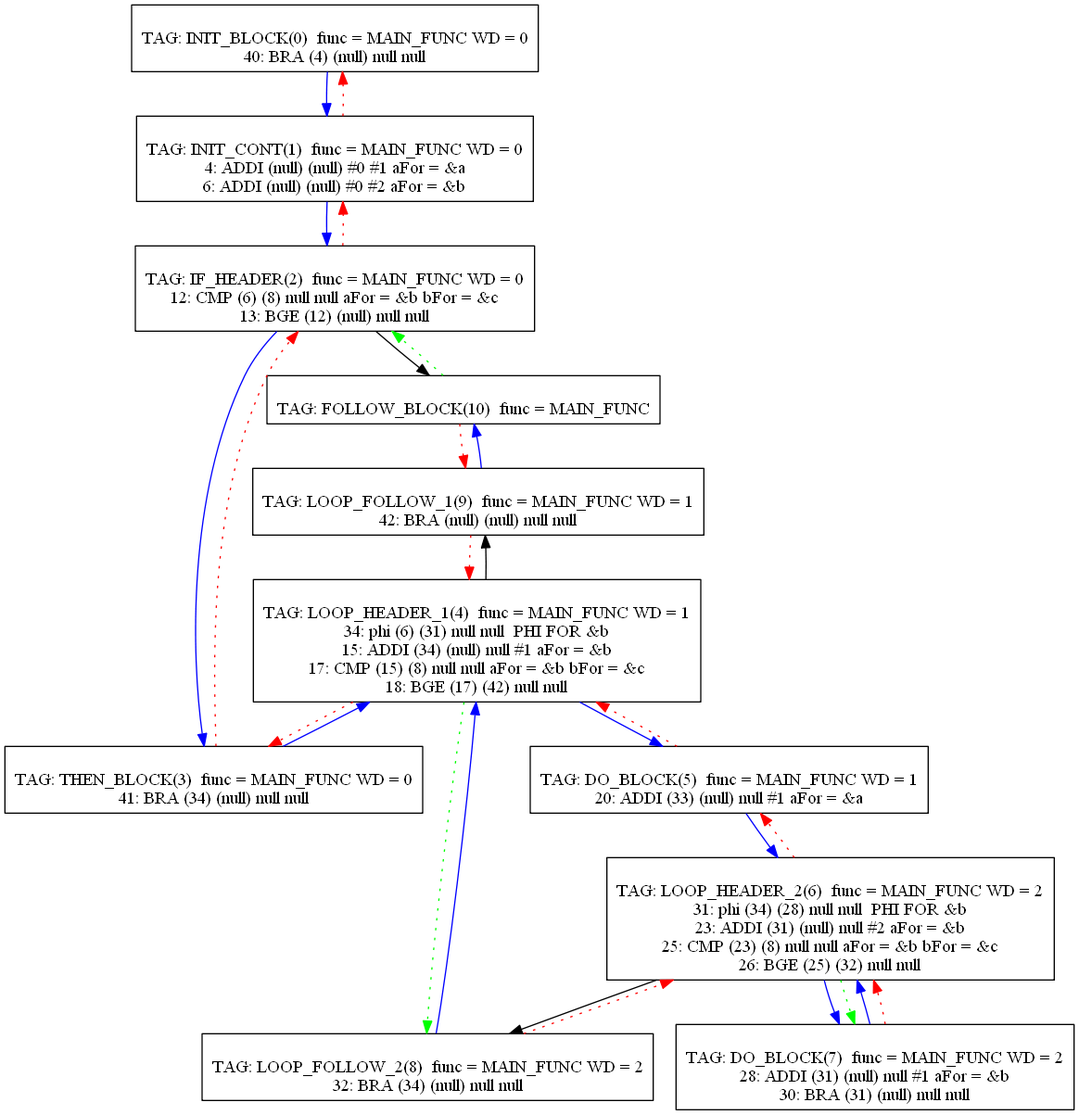
mbajaj92/Project-Astoria keeps this Graphviz diagram as Compiler/30graph.png. Above is the earlier version. Its source is kept beside it as Compiler/30graph.dot.
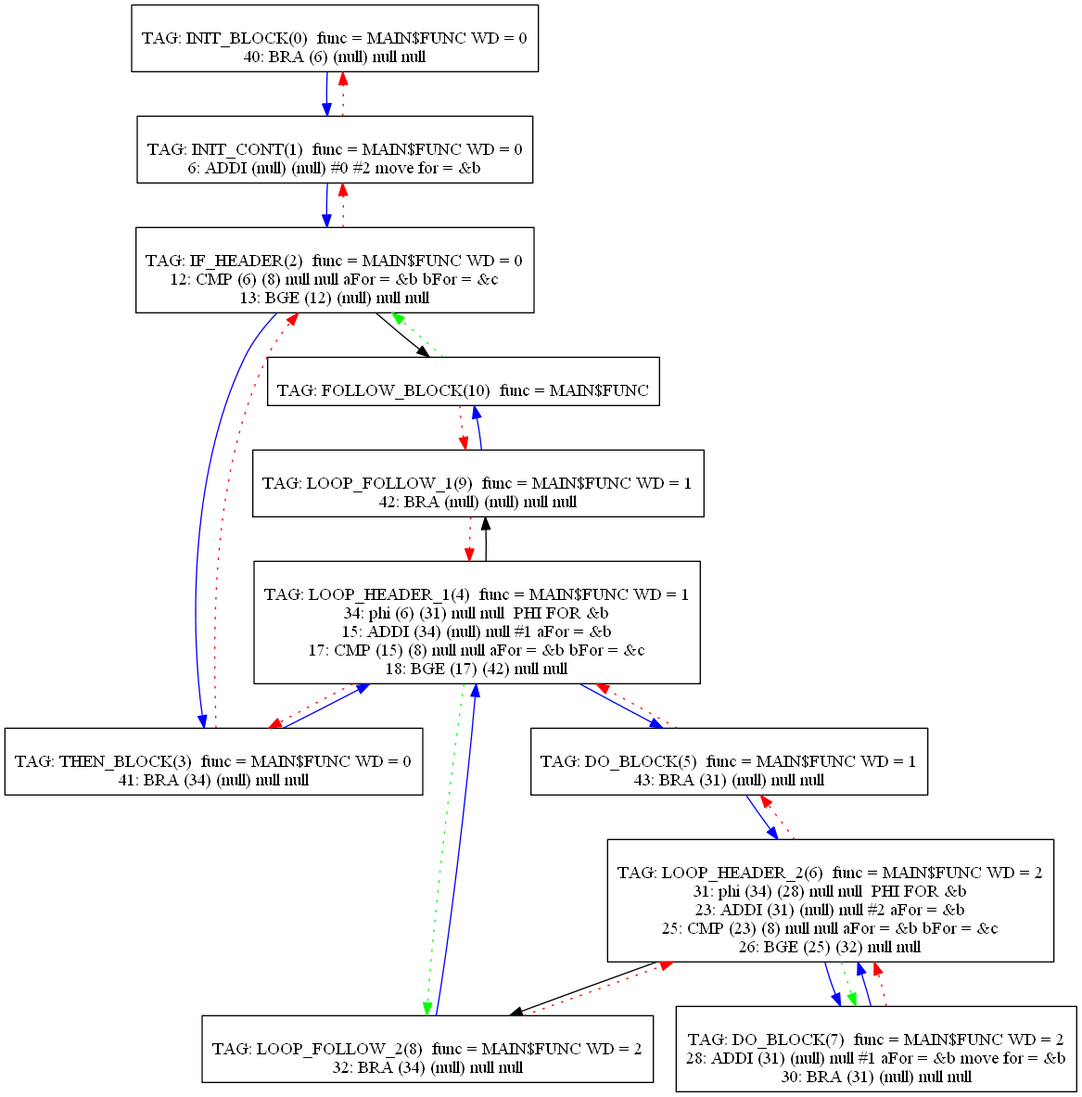
Above is the later version.

The edit, as a diff of the source:
```diff
@@ -1,20 +1,19 @@
 digraph {
 0[label="
-TAG: INIT_BLOCK(0)  func = MAIN_FUNC WD = 0
-40: BRA (4) (null) null null
+TAG: INIT_BLOCK(0)  func = MAIN$FUNC WD = 0
+40: BRA (6) (null) null null
 "];
 0[shape=box];
 0 -> 1[color=blue]
 1[label="
-TAG: INIT_CONT(1)  func = MAIN_FUNC WD = 0
-4: ADDI (null) (null) #0 #1 aFor = &a
-6: ADDI (null) (null) #0 #2 aFor = &b
+TAG: INIT_CONT(1)  func = MAIN$FUNC WD = 0
+6: ADDI (null) (null) #0 #2 move for = &b
 "];
 1[shape=box];
 1 -> 2[color=blue]
 1 -> 0[color=red][style=dotted]
 2[label="
-TAG: IF_HEADER(2)  func = MAIN_FUNC WD = 0
+TAG: IF_HEADER(2)  func = MAIN$FUNC WD = 0
 12: CMP (6) (8) null null aFor = &b bFor = &c
 13: BGE (12) (null) null null
 "];
@@ -23,14 +22,14 @@
 2 -> 10[color=black]
 2 -> 1[color=red][style=dotted]
 3[label="
-TAG: THEN_BLOCK(3)  func = MAIN_FUNC WD = 0
+TAG: THEN_BLOCK(3)  func = MAIN$FUNC WD = 0
 41: BRA (34) (null) null null
 "];
 3[shape=box];
 3 -> 4[color=blue]
 3 -> 2[color=red][style=dotted]
 4[label="
-TAG: LOOP_HEADER_1(4)  func = MAIN_FUNC WD = 1
+TAG: LOOP_HEADER_1(4)  func = MAIN$FUNC WD = 1
 34: phi (6) (31) null null  PHI FOR &b
 15: ADDI (34) (null) null #1 aFor = &b
 17: CMP (15) (8) null null aFor = &b bFor = &c
@@ -42,14 +41,14 @@
 4 -> 3[color=red][style=dotted]
 4 -> 8[color=green][style=dotted]
 5[label="
-TAG: DO_BLOCK(5)  func = MAIN_FUNC WD = 1
-20: ADDI (33) (null) null #1 aFor = &a
+TAG: DO_BLOCK(5)  func = MAIN$FUNC WD = 1
+43: BRA (31) (null) null null
 "];
 5[shape=box];
 5 -> 6[color=blue]
 5 -> 4[color=red][style=dotted]
 6[label="
-TAG: LOOP_HEADER_2(6)  func = MAIN_FUNC WD = 2
+TAG: LOOP_HEADER_2(6)  func = MAIN$FUNC WD = 2
 31: phi (34) (28) null null  PHI FOR &b
 23: ADDI (31) (null) null #2 aFor = &b
 25: CMP (23) (8) null null aFor = &b bFor = &c
@@ -61,29 +60,29 @@
 6 -> 5[color=red][style=dotted]
 6 -> 7[color=green][style=dotted]
 7[label="
-TAG: DO_BLOCK(7)  func = MAIN_FUNC WD = 2
-28: ADDI (31) (null) null #1 aFor = &b
+TAG: DO_BLOCK(7)  func = MAIN$FUNC WD = 2
+28: ADDI (31) (null) null #1 aFor = &b move for = &b
 30: BRA (31) (null) null null
 "];
 7[shape=box];
 7 -> 6[color=blue]
 7 -> 6[color=red][style=dotted]
 8[label="
-TAG: LOOP_FOLLOW_2(8)  func = MAIN_FUNC WD = 2
+TAG: LOOP_FOLLOW_2(8)  func = MAIN$FUNC WD = 2
 32: BRA (34) (null) null null
 "];
 8[shape=box];
 8 -> 4[color=blue]
 8 -> 6[color=red][style=dotted]
 9[label="
-TAG: LOOP_FOLLOW_1(9)  func = MAIN_FUNC WD = 1
+TAG: LOOP_FOLLOW_1(9)  func = MAIN$FUNC WD = 1
 42: BRA (null) (null) null null
 "];
 9[shape=box];
 9 -> 10[color=blue]
 9 -> 4[color=red][style=dotted]
 10[label="
-TAG: FOLLOW_BLOCK(10)  func = MAIN_FUNC
+TAG: FOLLOW_BLOCK(10)  func = MAIN$FUNC
 "];
 10[shape=box];
 10 -> 9[color=red][style=dotted]
```
